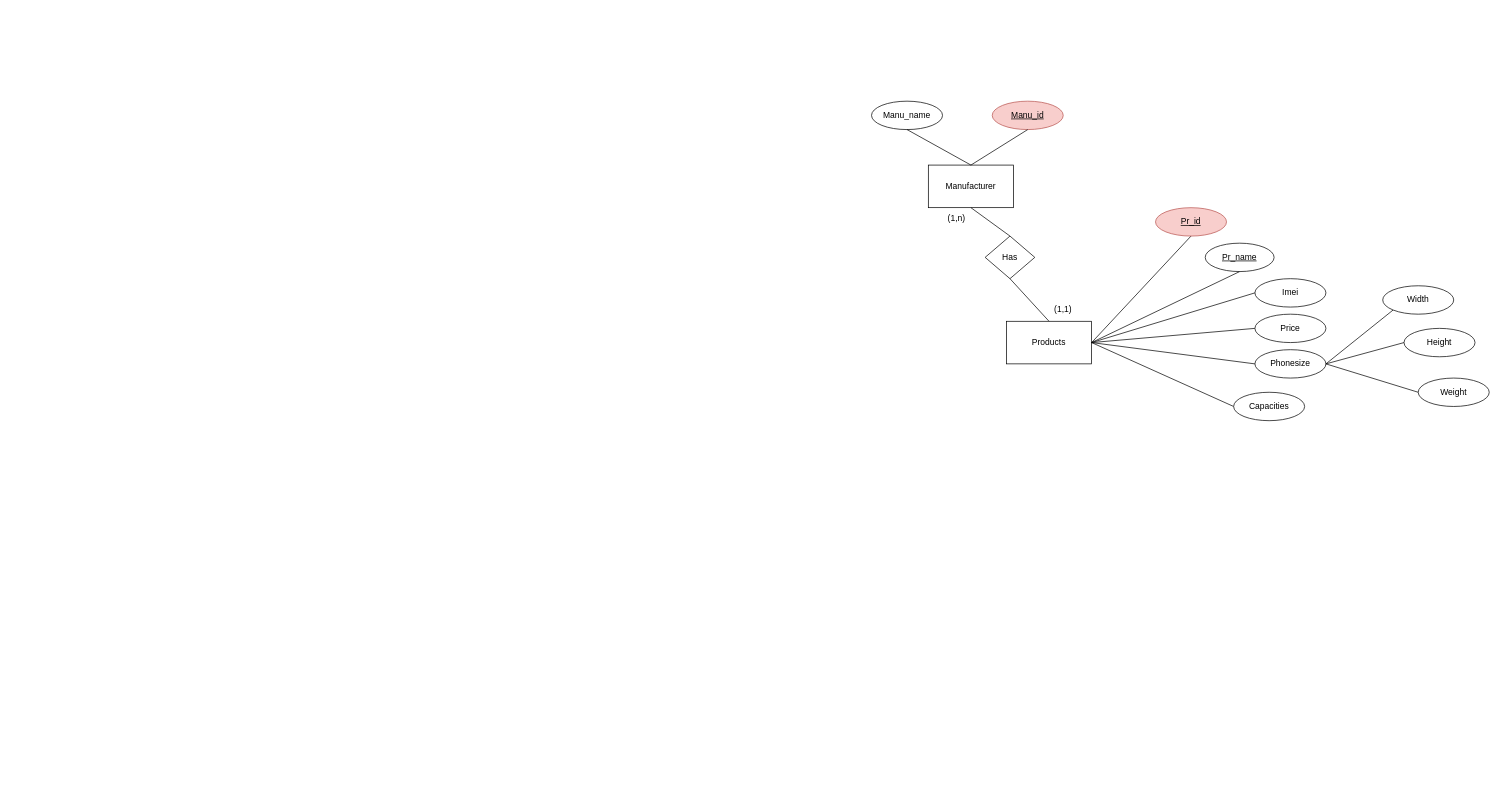
The draw.io diagram ERD Phone.drawio in khanh8603/khanh8603, before the edit. Source tidied: cells renumbered, new cells numbered last; positions are measured from the earlier drawing's top-left corner, leaving out a move shared by most shapes. Both pictures are drawn from the tidied source at 71%, with x=0, y=0 at pixel (871, 101).
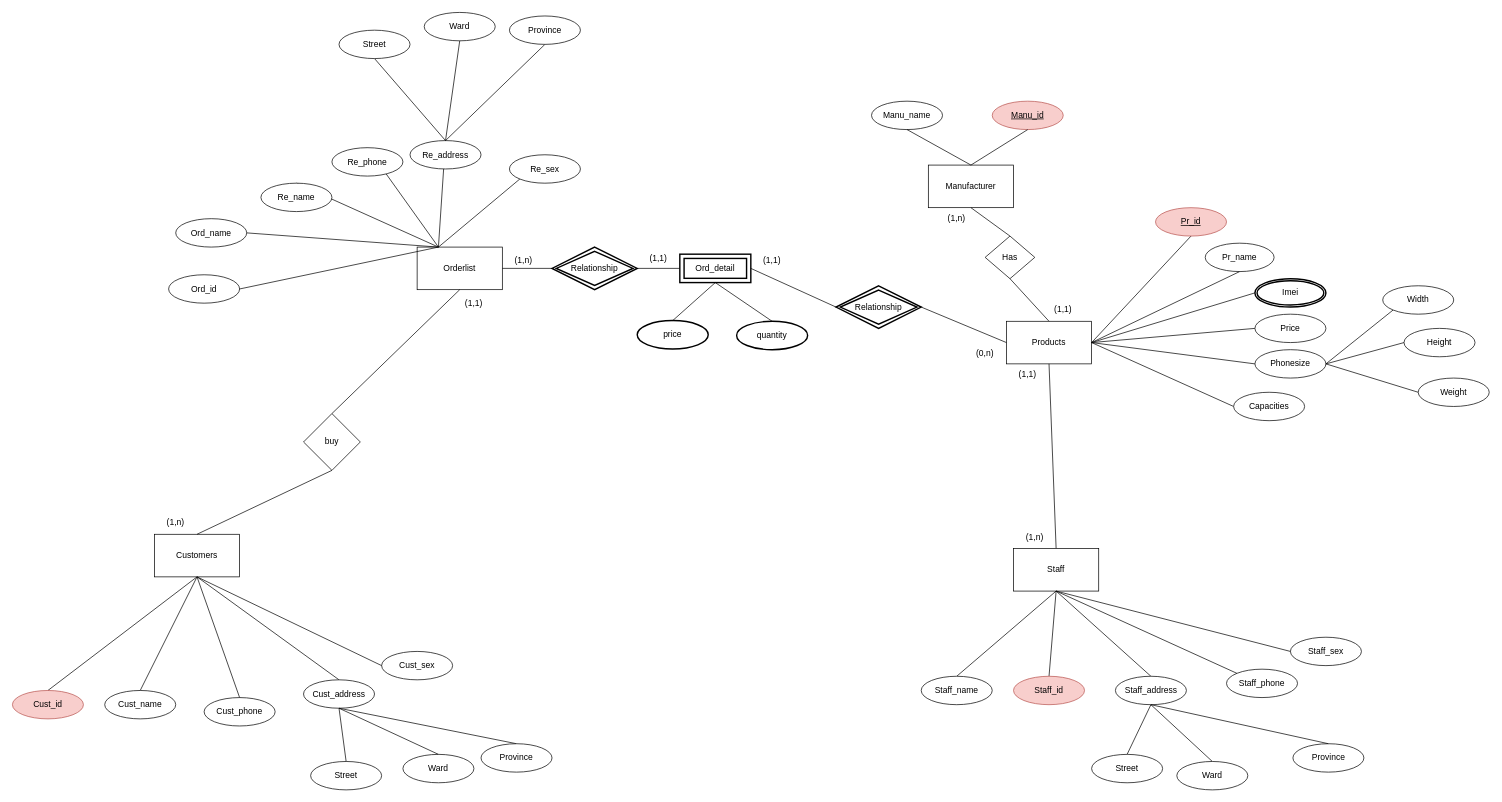
The same diagram, later.

Commit message:
Cập nhật ERD Phone.drawio

The change refers to these unchanged cells:
```xml
<mxCell id="7" value="Products" style="rounded=0;whiteSpace=wrap;html=1;strokeColor=#000000;fillColor=default;" parent="1" vertex="1">
  <mxGeometry x="190" y="310" width="120" height="60" as="geometry" />
</mxCell>
```

Change to the diagram source:
```diff
@@
-    <mxCell id="11" value="&lt;u&gt;Pr_name&lt;/u&gt;" style="ellipse;whiteSpace=wrap;html=1;align=center;strokeColor=#000000;fillColor=default;" parent="1" vertex="1">
+    <mxCell id="11" value="Pr_name" style="ellipse;whiteSpace=wrap;html=1;align=center;strokeColor=#000000;fillColor=default;" parent="1" vertex="1">
       <mxGeometry x="470" y="200" width="97" height="40" as="geometry" />
     </mxCell>
@@
-    <mxCell id="14" value="Imei" style="ellipse;whiteSpace=wrap;html=1;align=center;strokeColor=#000000;fillColor=default;" parent="1" vertex="1">
-      <mxGeometry x="540" y="250" width="100" height="40" as="geometry" />
-    </mxCell>
@@
+    <mxCell id="32" style="endArrow=none;html=1;rounded=0;entryX=0.5;entryY=1;entryDx=0;entryDy=0;exitX=0.5;exitY=0;exitDx=0;exitDy=0;" parent="1" edge="1" source="33" target="7">
+      <mxGeometry relative="1" as="geometry" />
+    </mxCell>
+    <mxCell id="33" value="Staff" style="rounded=0;whiteSpace=wrap;html=1;strokeColor=#000000;fillColor=default;" parent="1" vertex="1">
+      <mxGeometry x="200" y="630" width="120" height="60" as="geometry" />
+    </mxCell>
+    <mxCell id="34" style="endArrow=none;html=1;rounded=0;entryX=0.5;entryY=1;entryDx=0;entryDy=0;exitX=0.5;exitY=0;exitDx=0;exitDy=0;" parent="1" edge="1" source="45" target="33">
+      <mxGeometry relative="1" as="geometry" />
+    </mxCell>
+    <mxCell id="35" style="endArrow=none;html=1;rounded=0;exitX=0.5;exitY=1;exitDx=0;exitDy=0;entryX=0.5;entryY=0;entryDx=0;entryDy=0;" parent="1" edge="1" source="33" target="36">
+      <mxGeometry relative="1" as="geometry" />
+    </mxCell>
+    <mxCell id="36" value="Staff_address" style="ellipse;whiteSpace=wrap;html=1;align=center;strokeColor=#000000;fillColor=default;" parent="1" vertex="1">
+      <mxGeometry x="343.5" y="810" width="100" height="40" as="geometry" />
+    </mxCell>
+    <mxCell id="37" style="endArrow=none;html=1;rounded=0;exitX=0.5;exitY=1;exitDx=0;exitDy=0;entryX=0.5;entryY=0;entryDx=0;entryDy=0;" parent="1" edge="1" source="33" target="38">
+      <mxGeometry relative="1" as="geometry" />
+    </mxCell>
+    <mxCell id="38" value="Staff_id" style="ellipse;whiteSpace=wrap;html=1;align=center;strokeColor=#b85450;fillColor=#f8cecc;" parent="1" vertex="1">
+      <mxGeometry x="200" y="810" width="100" height="40" as="geometry" />
+    </mxCell>
+    <mxCell id="39" style="endArrow=none;html=1;rounded=0;exitX=0.5;exitY=1;exitDx=0;exitDy=0;entryX=0.5;entryY=0;entryDx=0;entryDy=0;" parent="1" edge="1" source="36" target="41">
+      <mxGeometry relative="1" as="geometry" />
+    </mxCell>
+    <mxCell id="40" style="endArrow=none;html=1;rounded=0;exitX=0.5;exitY=1;exitDx=0;exitDy=0;entryX=0.5;entryY=0;entryDx=0;entryDy=0;" parent="1" edge="1" source="36" target="42">
+      <mxGeometry relative="1" as="geometry" />
+    </mxCell>
+    <mxCell id="41" value="Street" style="ellipse;whiteSpace=wrap;html=1;align=center;strokeColor=#000000;fillColor=default;" parent="1" vertex="1">
+      <mxGeometry x="310" y="920" width="100" height="40" as="geometry" />
+    </mxCell>
+    <mxCell id="42" value="Ward" style="ellipse;whiteSpace=wrap;html=1;align=center;strokeColor=#000000;fillColor=default;" parent="1" vertex="1">
+      <mxGeometry x="430" y="930" width="100" height="40" as="geometry" />
+    </mxCell>
+    <mxCell id="43" value="Province" style="ellipse;whiteSpace=wrap;html=1;align=center;strokeColor=#000000;fillColor=default;" parent="1" vertex="1">
+      <mxGeometry x="593.5" y="905" width="100" height="40" as="geometry" />
+    </mxCell>
+    <mxCell id="44" style="endArrow=none;html=1;rounded=0;exitX=0.5;exitY=1;exitDx=0;exitDy=0;entryX=0.5;entryY=0;entryDx=0;entryDy=0;" parent="1" edge="1" source="36" target="43">
+      <mxGeometry relative="1" as="geometry" />
+    </mxCell>
+    <mxCell id="45" value="Staff_name" style="ellipse;whiteSpace=wrap;html=1;align=center;strokeColor=#000000;fillColor=default;" parent="1" vertex="1">
+      <mxGeometry x="70" y="810" width="100" height="40" as="geometry" />
+    </mxCell>
+    <mxCell id="46" value="Staff_phone" style="ellipse;whiteSpace=wrap;html=1;align=center;strokeColor=#000000;fillColor=default;" parent="1" vertex="1">
+      <mxGeometry x="500" y="800" width="100" height="40" as="geometry" />
+    </mxCell>
+    <mxCell id="47" style="endArrow=none;html=1;rounded=0;exitX=0.5;exitY=1;exitDx=0;exitDy=0;entryX=0;entryY=0;entryDx=0;entryDy=0;" parent="1" edge="1" source="33" target="46">
+      <mxGeometry relative="1" as="geometry" />
+    </mxCell>
+    <mxCell id="48" value="Staff_sex" style="ellipse;whiteSpace=wrap;html=1;align=center;strokeColor=#000000;fillColor=default;" parent="1" vertex="1">
+      <mxGeometry x="590" y="755" width="100" height="40" as="geometry" />
+    </mxCell>
+    <mxCell id="49" style="endArrow=none;html=1;rounded=0;exitX=0.5;exitY=1;exitDx=0;exitDy=0;entryX=0;entryY=0.5;entryDx=0;entryDy=0;" parent="1" edge="1" source="33" target="48">
+      <mxGeometry relative="1" as="geometry" />
+    </mxCell>
+    <mxCell id="50" style="endArrow=none;html=1;rounded=0;entryX=0;entryY=0.5;entryDx=0;entryDy=0;exitX=1;exitY=0.5;exitDx=0;exitDy=0;startArrow=none;" parent="1" edge="1" source="94" target="7">
+      <mxGeometry relative="1" as="geometry" />
+    </mxCell>
+    <mxCell id="51" value="Orderlist" style="rounded=0;whiteSpace=wrap;html=1;strokeColor=#000000;fillColor=default;" parent="1" vertex="1">
+      <mxGeometry x="-640" y="205.5" width="120" height="60" as="geometry" />
+    </mxCell>
+    <mxCell id="52" style="endArrow=none;html=1;rounded=0;entryX=0.25;entryY=0;entryDx=0;entryDy=0;exitX=0.5;exitY=0;exitDx=0;exitDy=0;" parent="1" edge="1" source="59" target="51">
+      <mxGeometry relative="1" as="geometry" />
+    </mxCell>
+    <mxCell id="53" style="endArrow=none;html=1;rounded=0;exitX=0.25;exitY=0;exitDx=0;exitDy=0;entryX=0.5;entryY=0;entryDx=0;entryDy=0;" parent="1" edge="1" source="51" target="54">
+      <mxGeometry relative="1" as="geometry" />
+    </mxCell>
+    <mxCell id="54" value="Re_name" style="ellipse;whiteSpace=wrap;html=1;align=center;strokeColor=#000000;fillColor=default;" parent="1" vertex="1">
+      <mxGeometry x="-860" y="115.5" width="100" height="40" as="geometry" />
+    </mxCell>
+    <mxCell id="55" style="endArrow=none;html=1;rounded=0;exitX=0.25;exitY=0;exitDx=0;exitDy=0;entryX=0.5;entryY=0;entryDx=0;entryDy=0;" parent="1" edge="1" source="51" target="56">
+      <mxGeometry relative="1" as="geometry" />
+    </mxCell>
+    <mxCell id="56" value="Re_phone" style="ellipse;whiteSpace=wrap;html=1;align=center;strokeColor=#000000;fillColor=default;" parent="1" vertex="1">
+      <mxGeometry x="-760" y="65.5" width="100" height="40" as="geometry" />
+    </mxCell>
+    <mxCell id="57" style="endArrow=none;html=1;rounded=0;exitX=0.25;exitY=0;exitDx=0;exitDy=0;entryX=1;entryY=0.5;entryDx=0;entryDy=0;" parent="1" edge="1" source="51" target="58">
+      <mxGeometry relative="1" as="geometry" />
+    </mxCell>
+    <mxCell id="58" value="Ord_name" style="ellipse;whiteSpace=wrap;html=1;align=center;strokeColor=#000000;fillColor=default;" parent="1" vertex="1">
+      <mxGeometry x="-980" y="165.5" width="100" height="40" as="geometry" />
+    </mxCell>
+    <mxCell id="59" value="Re_address" style="ellipse;whiteSpace=wrap;html=1;align=center;strokeColor=#000000;fillColor=default;" parent="1" vertex="1">
+      <mxGeometry x="-650" y="55.5" width="100" height="40" as="geometry" />
+    </mxCell>
+    <mxCell id="60" value="Ord_id" style="ellipse;whiteSpace=wrap;html=1;align=center;strokeColor=#000000;fillColor=default;" parent="1" vertex="1">
+      <mxGeometry x="-990" y="244.5" width="100" height="40" as="geometry" />
+    </mxCell>
+    <mxCell id="61" style="endArrow=none;html=1;rounded=0;entryX=1;entryY=0.5;entryDx=0;entryDy=0;exitX=0.25;exitY=0;exitDx=0;exitDy=0;" parent="1" edge="1" source="51" target="60">
+      <mxGeometry relative="1" as="geometry" />
+    </mxCell>
+    <mxCell id="62" value="Re_sex" style="ellipse;whiteSpace=wrap;html=1;align=center;strokeColor=#000000;fillColor=default;" parent="1" vertex="1">
+      <mxGeometry x="-510" y="75.5" width="100" height="40" as="geometry" />
+    </mxCell>
+    <mxCell id="63" style="endArrow=none;html=1;rounded=0;entryX=0;entryY=1;entryDx=0;entryDy=0;exitX=0.25;exitY=0;exitDx=0;exitDy=0;" parent="1" edge="1" source="51" target="62">
+      <mxGeometry relative="1" as="geometry" />
+    </mxCell>
+    <mxCell id="64" style="endArrow=none;html=1;rounded=0;entryX=0.5;entryY=1;entryDx=0;entryDy=0;exitX=0.5;exitY=0;exitDx=0;exitDy=0;startArrow=none;" parent="1" edge="1" source="82" target="51">
+      <mxGeometry relative="1" as="geometry" />
+    </mxCell>
+    <mxCell id="65" value="Customers" style="rounded=0;whiteSpace=wrap;html=1;strokeColor=#000000;fillColor=default;direction=east;flipV=1;" parent="1" vertex="1">
+      <mxGeometry x="-1010" y="610" width="120" height="60" as="geometry" />
+    </mxCell>
+    <mxCell id="66" style="endArrow=none;html=1;rounded=0;entryX=0.5;entryY=1;entryDx=0;entryDy=0;exitX=0.5;exitY=0;exitDx=0;exitDy=0;" parent="1" edge="1" source="77" target="65">
+      <mxGeometry relative="1" as="geometry" />
+    </mxCell>
+    <mxCell id="67" style="endArrow=none;html=1;rounded=0;exitX=0.5;exitY=1;exitDx=0;exitDy=0;entryX=0.5;entryY=0;entryDx=0;entryDy=0;" parent="1" edge="1" source="65" target="68">
+      <mxGeometry relative="1" as="geometry" />
+    </mxCell>
+    <mxCell id="68" value="Cust_address" style="ellipse;whiteSpace=wrap;html=1;align=center;strokeColor=#000000;fillColor=default;direction=east;flipV=1;" parent="1" vertex="1">
+      <mxGeometry x="-800" y="815" width="100" height="40" as="geometry" />
+    </mxCell>
+    <mxCell id="69" style="endArrow=none;html=1;rounded=0;exitX=0.5;exitY=1;exitDx=0;exitDy=0;entryX=0.5;entryY=0;entryDx=0;entryDy=0;" parent="1" edge="1" source="65" target="70">
+      <mxGeometry relative="1" as="geometry" />
+    </mxCell>
+    <mxCell id="70" value="Cust_name" style="ellipse;whiteSpace=wrap;html=1;align=center;strokeColor=#000000;fillColor=default;direction=east;flipV=1;" parent="1" vertex="1">
+      <mxGeometry x="-1080" y="830" width="100" height="40" as="geometry" />
+    </mxCell>
+    <mxCell id="71" style="endArrow=none;html=1;rounded=0;exitX=0.5;exitY=1;exitDx=0;exitDy=0;entryX=0.5;entryY=0;entryDx=0;entryDy=0;" parent="1" edge="1" source="68" target="73">
+      <mxGeometry relative="1" as="geometry" />
+    </mxCell>
+    <mxCell id="72" style="endArrow=none;html=1;rounded=0;exitX=0.5;exitY=1;exitDx=0;exitDy=0;entryX=0.5;entryY=0;entryDx=0;entryDy=0;" parent="1" edge="1" source="68" target="74">
+      <mxGeometry relative="1" as="geometry" />
+    </mxCell>
+    <mxCell id="73" value="Street" style="ellipse;whiteSpace=wrap;html=1;align=center;strokeColor=#000000;fillColor=default;direction=east;flipV=1;" parent="1" vertex="1">
+      <mxGeometry x="-790" y="930" width="100" height="40" as="geometry" />
+    </mxCell>
+    <mxCell id="74" value="Province" style="ellipse;whiteSpace=wrap;html=1;align=center;strokeColor=#000000;fillColor=default;direction=east;flipV=1;" parent="1" vertex="1">
+      <mxGeometry x="-550" y="905" width="100" height="40" as="geometry" />
+    </mxCell>
+    <mxCell id="75" value="Ward" style="ellipse;whiteSpace=wrap;html=1;align=center;strokeColor=#000000;fillColor=default;direction=east;flipV=1;" parent="1" vertex="1">
+      <mxGeometry x="-660" y="920" width="100" height="40" as="geometry" />
+    </mxCell>
+    <mxCell id="76" style="endArrow=none;html=1;rounded=0;exitX=0.5;exitY=1;exitDx=0;exitDy=0;entryX=0.5;entryY=0;entryDx=0;entryDy=0;" parent="1" edge="1" source="68" target="75">
+      <mxGeometry relative="1" as="geometry" />
+    </mxCell>
+    <mxCell id="77" value="Cust_id" style="ellipse;whiteSpace=wrap;html=1;align=center;strokeColor=#b85450;fillColor=#f8cecc;direction=east;flipV=1;" parent="1" vertex="1">
+      <mxGeometry x="-1210" y="830" width="100" height="40" as="geometry" />
+    </mxCell>
+    <mxCell id="78" value="Cust_phone" style="ellipse;whiteSpace=wrap;html=1;align=center;strokeColor=#000000;fillColor=default;direction=east;flipV=1;" parent="1" vertex="1">
+      <mxGeometry x="-940" y="840" width="100" height="40" as="geometry" />
+    </mxCell>
+    <mxCell id="79" style="endArrow=none;html=1;rounded=0;exitX=0.5;exitY=1;exitDx=0;exitDy=0;entryX=0.5;entryY=0;entryDx=0;entryDy=0;" parent="1" edge="1" source="65" target="78">
+      <mxGeometry relative="1" as="geometry" />
+    </mxCell>
+    <mxCell id="80" value="Cust_sex" style="ellipse;whiteSpace=wrap;html=1;align=center;strokeColor=#000000;fillColor=default;direction=east;flipV=1;" parent="1" vertex="1">
+      <mxGeometry x="-690" y="775" width="100" height="40" as="geometry" />
+    </mxCell>
+    <mxCell id="81" style="endArrow=none;html=1;rounded=0;exitX=0.5;exitY=1;exitDx=0;exitDy=0;entryX=0;entryY=0.5;entryDx=0;entryDy=0;" parent="1" edge="1" source="65" target="80">
+      <mxGeometry relative="1" as="geometry" />
+    </mxCell>
+    <mxCell id="82" value="buy" style="rhombus;whiteSpace=wrap;html=1;strokeColor=#000000;fillColor=default;" parent="1" vertex="1">
+      <mxGeometry x="-800" y="440" width="80" height="80" as="geometry" />
+    </mxCell>
+    <mxCell id="83" style="endArrow=none;html=1;rounded=0;entryX=0.5;entryY=1;entryDx=0;entryDy=0;exitX=0.5;exitY=0;exitDx=0;exitDy=0;" parent="1" edge="1" source="65" target="82">
+      <mxGeometry relative="1" as="geometry" />
+    </mxCell>
+    <mxCell id="84" style="endArrow=none;html=1;rounded=0;entryX=0.5;entryY=1;entryDx=0;entryDy=0;exitX=0.5;exitY=0;exitDx=0;exitDy=0;" parent="1" edge="1" source="59" target="86">
+      <mxGeometry relative="1" as="geometry" />
+    </mxCell>
+    <mxCell id="85" style="endArrow=none;html=1;rounded=0;entryX=0.5;entryY=1;entryDx=0;entryDy=0;exitX=0.5;exitY=0;exitDx=0;exitDy=0;" parent="1" edge="1" source="59" target="87">
+      <mxGeometry relative="1" as="geometry" />
+    </mxCell>
+    <mxCell id="86" value="Street" style="ellipse;whiteSpace=wrap;html=1;align=center;strokeColor=#000000;fillColor=default;direction=east;flipV=1;" parent="1" vertex="1">
+      <mxGeometry x="-750" y="-100" width="100" height="40" as="geometry" />
+    </mxCell>
+    <mxCell id="87" value="Province" style="ellipse;whiteSpace=wrap;html=1;align=center;strokeColor=#000000;fillColor=default;direction=east;flipV=1;" parent="1" vertex="1">
+      <mxGeometry x="-510" y="-120" width="100" height="40" as="geometry" />
+    </mxCell>
+    <mxCell id="88" value="Ward" style="ellipse;whiteSpace=wrap;html=1;align=center;strokeColor=#000000;fillColor=default;direction=east;flipV=1;" parent="1" vertex="1">
+      <mxGeometry x="-630" y="-125" width="100" height="40" as="geometry" />
+    </mxCell>
+    <mxCell id="89" style="endArrow=none;html=1;rounded=0;exitX=0.5;exitY=0;exitDx=0;exitDy=0;entryX=0.5;entryY=1;entryDx=0;entryDy=0;" parent="1" edge="1" source="59" target="88">
+      <mxGeometry relative="1" as="geometry" />
+    </mxCell>
+    <mxCell id="90" style="endArrow=none;html=1;rounded=0;entryX=0;entryY=0.5;entryDx=0;entryDy=0;exitX=1;exitY=0.5;exitDx=0;exitDy=0;startArrow=none;" parent="1" edge="1" source="92" target="91">
+      <mxGeometry relative="1" as="geometry" />
+    </mxCell>
+    <mxCell id="91" value="Ord_detail" style="shape=ext;margin=3;double=1;whiteSpace=wrap;html=1;align=center;shadow=0;fillStyle=auto;strokeColor=#000000;strokeWidth=2;fillColor=#FFFFFF;" parent="1" vertex="1">
+      <mxGeometry x="-270" y="215.5" width="100" height="40" as="geometry" />
+    </mxCell>
+    <mxCell id="92" value="Relationship" style="shape=rhombus;double=1;perimeter=rhombusPerimeter;whiteSpace=wrap;html=1;align=center;shadow=0;fillStyle=auto;strokeColor=#000000;strokeWidth=2;fillColor=#FFFFFF;" parent="1" vertex="1">
+      <mxGeometry x="-450" y="205.5" width="120" height="60" as="geometry" />
+    </mxCell>
+    <mxCell id="93" style="endArrow=none;html=1;rounded=0;entryX=0;entryY=0.5;entryDx=0;entryDy=0;exitX=1;exitY=0.5;exitDx=0;exitDy=0;" parent="1" edge="1" source="51" target="92">
+      <mxGeometry relative="1" as="geometry" />
+    </mxCell>
+    <mxCell id="94" value="Relationship" style="shape=rhombus;double=1;perimeter=rhombusPerimeter;whiteSpace=wrap;html=1;align=center;shadow=0;fillStyle=auto;strokeColor=#000000;strokeWidth=2;fillColor=#FFFFFF;" parent="1" vertex="1">
+      <mxGeometry x="-50" y="260" width="120" height="60" as="geometry" />
+    </mxCell>
+    <mxCell id="95" style="endArrow=none;html=1;rounded=0;entryX=0;entryY=0.5;entryDx=0;entryDy=0;exitX=1;exitY=0.5;exitDx=0;exitDy=0;startArrow=none;" parent="1" edge="1" source="91" target="94">
+      <mxGeometry relative="1" as="geometry" />
+    </mxCell>
+    <mxCell id="96" value="(1,n)" style="text;html=1;strokeColor=none;fillColor=none;align=center;verticalAlign=middle;whiteSpace=wrap;rounded=0;shadow=0;fillStyle=auto;strokeWidth=2;" parent="1" vertex="1">
+      <mxGeometry x="-1010" y="579" width="60" height="30" as="geometry" />
+    </mxCell>
+    <mxCell id="97" value="(1,1)" style="text;html=1;strokeColor=none;fillColor=none;align=center;verticalAlign=middle;whiteSpace=wrap;rounded=0;shadow=0;fillStyle=auto;strokeWidth=2;" parent="1" vertex="1">
+      <mxGeometry x="-590" y="270" width="60" height="30" as="geometry" />
+    </mxCell>
+    <mxCell id="98" value="(1,n)" style="text;html=1;strokeColor=none;fillColor=none;align=center;verticalAlign=middle;whiteSpace=wrap;rounded=0;shadow=0;fillStyle=auto;strokeWidth=2;" parent="1" vertex="1">
+      <mxGeometry x="-520" y="210" width="60" height="30" as="geometry" />
+    </mxCell>
+    <mxCell id="99" value="(1,1)" style="text;html=1;strokeColor=none;fillColor=none;align=center;verticalAlign=middle;whiteSpace=wrap;rounded=0;shadow=0;fillStyle=auto;strokeWidth=2;" parent="1" vertex="1">
+      <mxGeometry x="-330" y="205.5" width="60" height="30" as="geometry" />
+    </mxCell>
+    <mxCell id="100" value="(1,1)" style="text;html=1;strokeColor=none;fillColor=none;align=center;verticalAlign=middle;whiteSpace=wrap;rounded=0;shadow=0;fillStyle=auto;strokeWidth=2;" parent="1" vertex="1">
+      <mxGeometry x="-170" y="210" width="60" height="30" as="geometry" />
+    </mxCell>
+    <mxCell id="101" value="(0,n)" style="text;html=1;strokeColor=none;fillColor=none;align=center;verticalAlign=middle;whiteSpace=wrap;rounded=0;shadow=0;fillStyle=auto;strokeWidth=2;" parent="1" vertex="1">
+      <mxGeometry x="130" y="340" width="60" height="30" as="geometry" />
+    </mxCell>
+    <mxCell id="102" value="(1,1)" style="text;html=1;strokeColor=none;fillColor=none;align=center;verticalAlign=middle;whiteSpace=wrap;rounded=0;shadow=0;fillStyle=auto;strokeWidth=2;" parent="1" vertex="1">
+      <mxGeometry x="190" y="370" width="60" height="30" as="geometry" />
+    </mxCell>
+    <mxCell id="103" value="(1,n)" style="text;html=1;strokeColor=none;fillColor=none;align=center;verticalAlign=middle;whiteSpace=wrap;rounded=0;shadow=0;fillStyle=auto;strokeWidth=2;" parent="1" vertex="1">
+      <mxGeometry x="200" y="600" width="60" height="30" as="geometry" />
+    </mxCell>
+    <mxCell id="14" value="Imei" style="ellipse;shape=doubleEllipse;margin=3;whiteSpace=wrap;html=1;align=center;shadow=0;fillStyle=auto;strokeColor=#000000;strokeWidth=2;fillColor=#FFFFFF;" parent="1" vertex="1">
+      <mxGeometry x="540" y="250" width="100" height="40" as="geometry" />
+    </mxCell>
+    <mxCell id="104" value="price" style="ellipse;whiteSpace=wrap;html=1;align=center;shadow=0;fillStyle=auto;strokeColor=#000000;strokeWidth=2;fillColor=#FFFFFF;" parent="1" vertex="1">
+      <mxGeometry x="-330" y="309" width="100" height="40" as="geometry" />
+    </mxCell>
+    <mxCell id="105" value="quantity" style="ellipse;whiteSpace=wrap;html=1;align=center;shadow=0;fillStyle=auto;strokeColor=#000000;strokeWidth=2;fillColor=#FFFFFF;" parent="1" vertex="1">
+      <mxGeometry x="-190" y="310" width="100" height="40" as="geometry" />
+    </mxCell>
+    <mxCell id="106" style="endArrow=none;html=1;rounded=0;entryX=0.5;entryY=1;entryDx=0;entryDy=0;exitX=0.5;exitY=0;exitDx=0;exitDy=0;" parent="1" edge="1" source="104" target="91">
+      <mxGeometry relative="1" as="geometry" />
+    </mxCell>
+    <mxCell id="107" style="endArrow=none;html=1;rounded=0;entryX=0.5;entryY=1;entryDx=0;entryDy=0;exitX=0.5;exitY=0;exitDx=0;exitDy=0;" parent="1" edge="1" source="105" target="91">
+      <mxGeometry relative="1" as="geometry" />
+    </mxCell>
```
